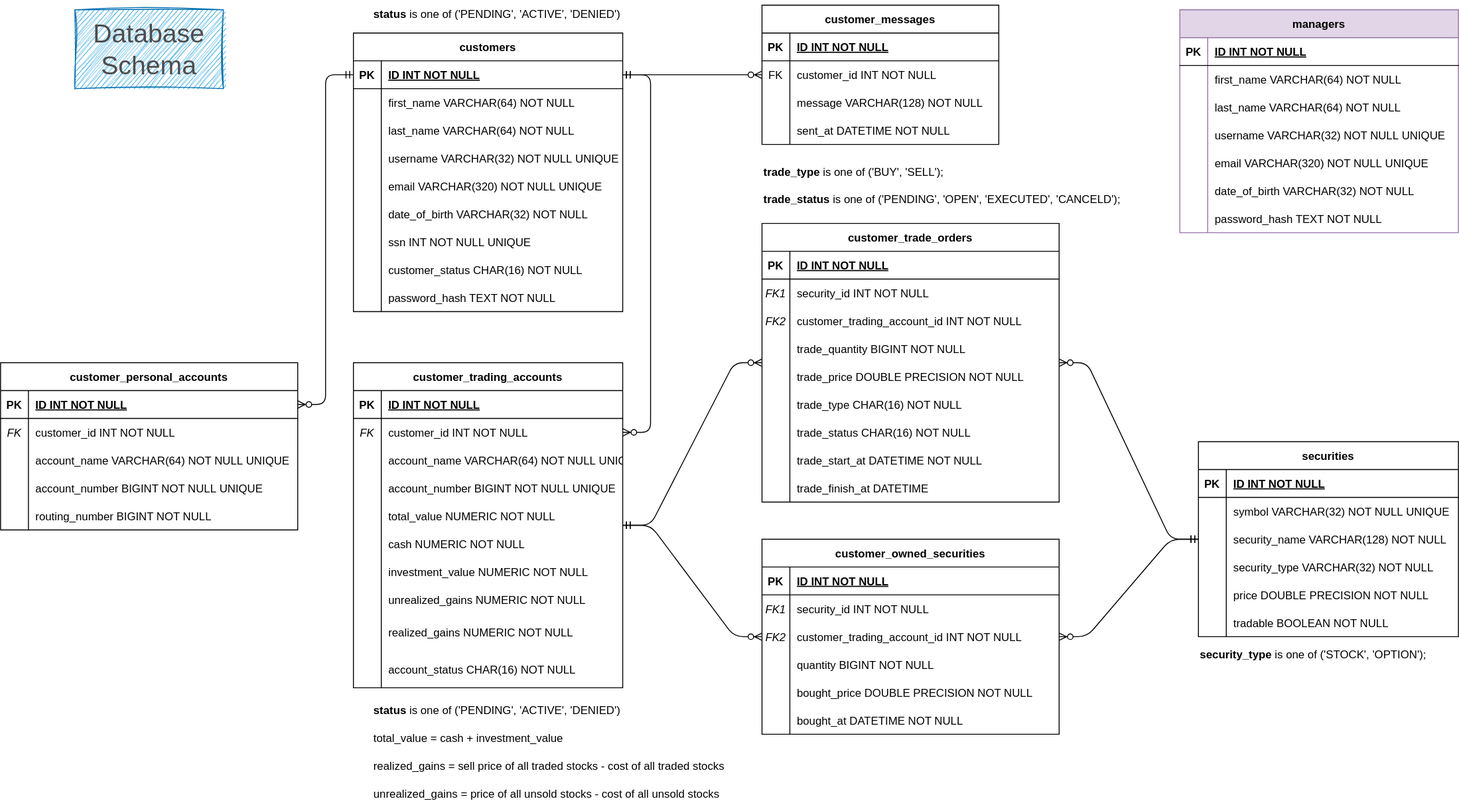
jwz16/cs611-stocktrade keeps this draw.io diagram as docs/DBSchema.svg. Above is the earlier version. Source tidied: cells renumbered, new cells last; positions are measured from the earlier drawing's top-left corner, leaving out a move shared by most shapes.
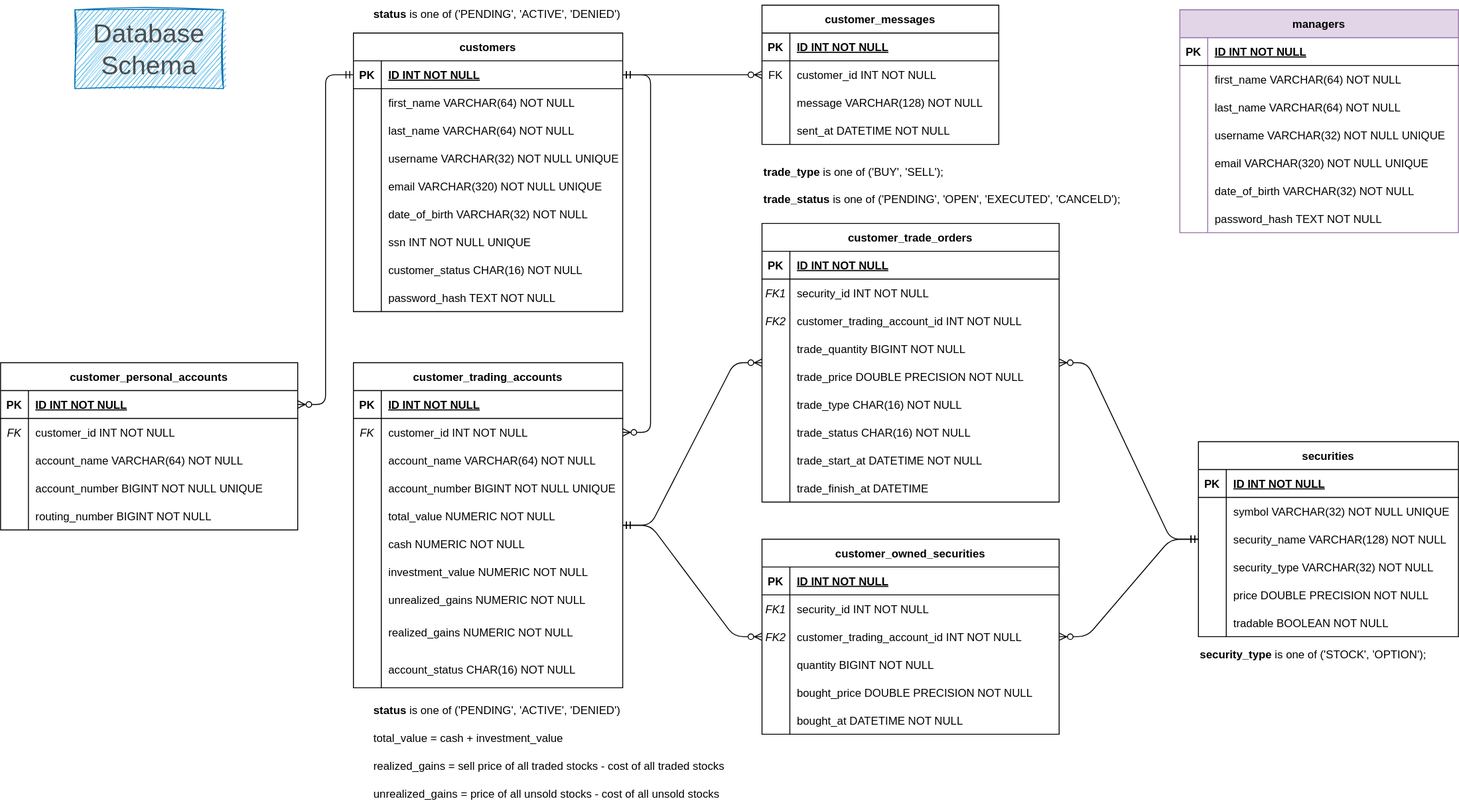
Later version of the same file.

Change to the diagram source:
```diff
@@ -170,7 +170,7 @@
     <mxCell id="57" style="shape=partialRectangle;fillColor=none;top=0;left=0;bottom=0;right=0;overflow=hidden;sketch=0;" parent="56" vertex="1">
       <mxGeometry width="30" height="30" as="geometry" />
     </mxCell>
-    <mxCell id="58" value="account_name VARCHAR(64) NOT NULL UNIQUE" style="shape=partialRectangle;fillColor=none;top=0;left=0;bottom=0;right=0;align=left;spacingLeft=6;overflow=hidden;sketch=0;" parent="56" vertex="1">
+    <mxCell id="58" value="account_name VARCHAR(64) NOT NULL" style="shape=partialRectangle;fillColor=none;top=0;left=0;bottom=0;right=0;align=left;spacingLeft=6;overflow=hidden;sketch=0;" parent="56" vertex="1">
       <mxGeometry x="30" width="260" height="30" as="geometry" />
     </mxCell>
     <mxCell id="59" style="shape=tableRow;horizontal=0;startSize=0;swimlaneHead=0;swimlaneBody=0;fillColor=none;top=0;left=0;right=0;bottom=0;sketch=0;" parent="49" vertex="1">
@@ -320,7 +320,7 @@
     <mxCell id="107" style="shape=partialRectangle;fillColor=none;top=0;left=0;bottom=0;right=0;overflow=hidden;sketch=0;" parent="106" vertex="1">
       <mxGeometry width="30" height="30" as="geometry" />
     </mxCell>
-    <mxCell id="108" value="account_name VARCHAR(64) NOT NULL UNIQUE" style="shape=partialRectangle;fillColor=none;top=0;left=0;bottom=0;right=0;align=left;spacingLeft=6;overflow=hidden;sketch=0;" parent="106" vertex="1">
+    <mxCell id="108" value="account_name VARCHAR(64) NOT NULL" style="shape=partialRectangle;fillColor=none;top=0;left=0;bottom=0;right=0;align=left;spacingLeft=6;overflow=hidden;sketch=0;" parent="106" vertex="1">
       <mxGeometry x="30" width="290" height="30" as="geometry" />
     </mxCell>
     <mxCell id="109" style="shape=tableRow;horizontal=0;startSize=0;swimlaneHead=0;swimlaneBody=0;fillColor=none;top=0;left=0;right=0;bottom=0;sketch=0;" parent="99" vertex="1">
```
